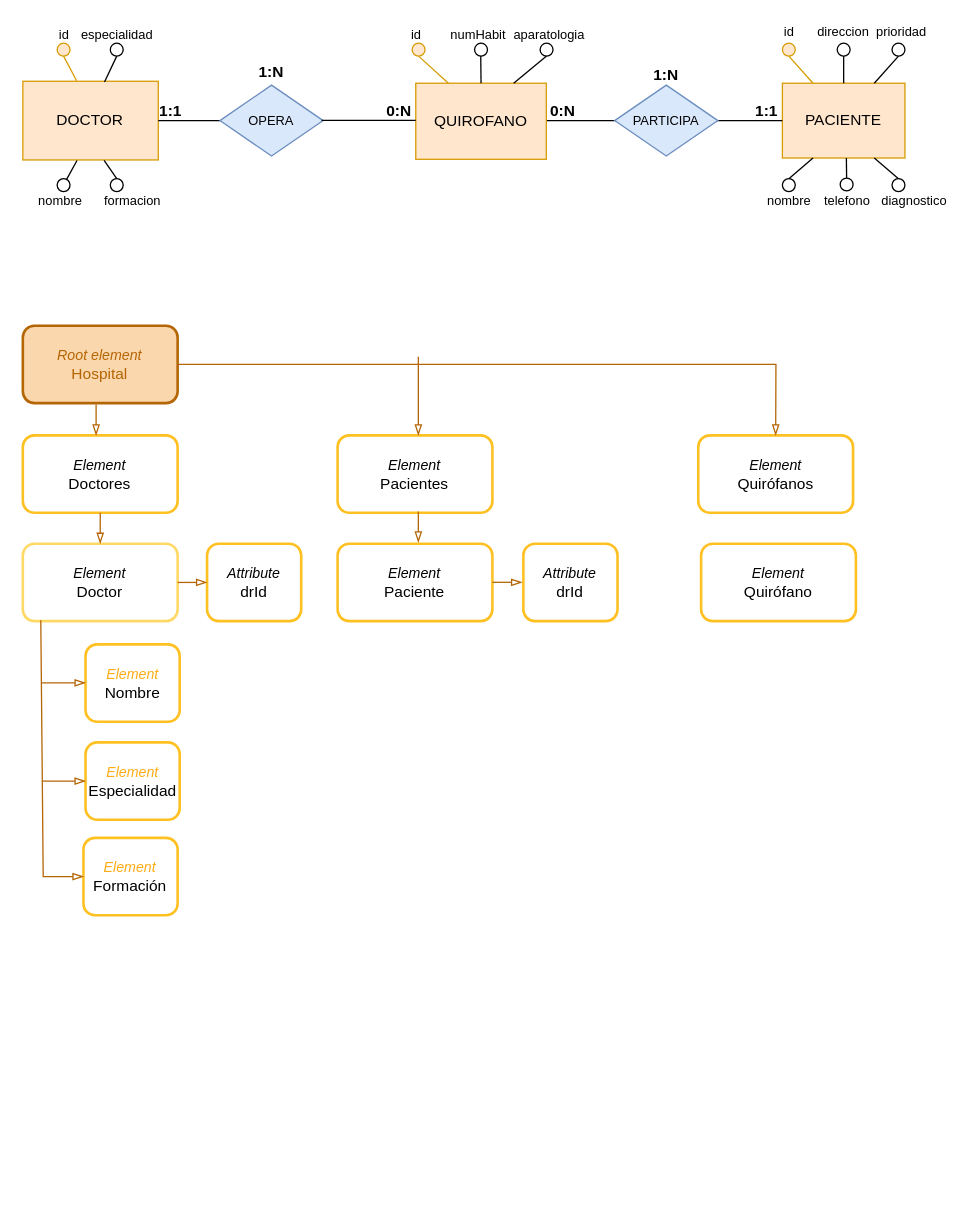
Before: ADT2.drawio in rubiwan/rubiwan, a draw.io diagram. Source tidied: cells renumbered, new cells numbered last; positions are measured from the earlier drawing's top-left corner, leaving out a move shared by most shapes. Both pictures are drawn from the tidied source at 129%, with x=0, y=0 at pixel (22, 22).
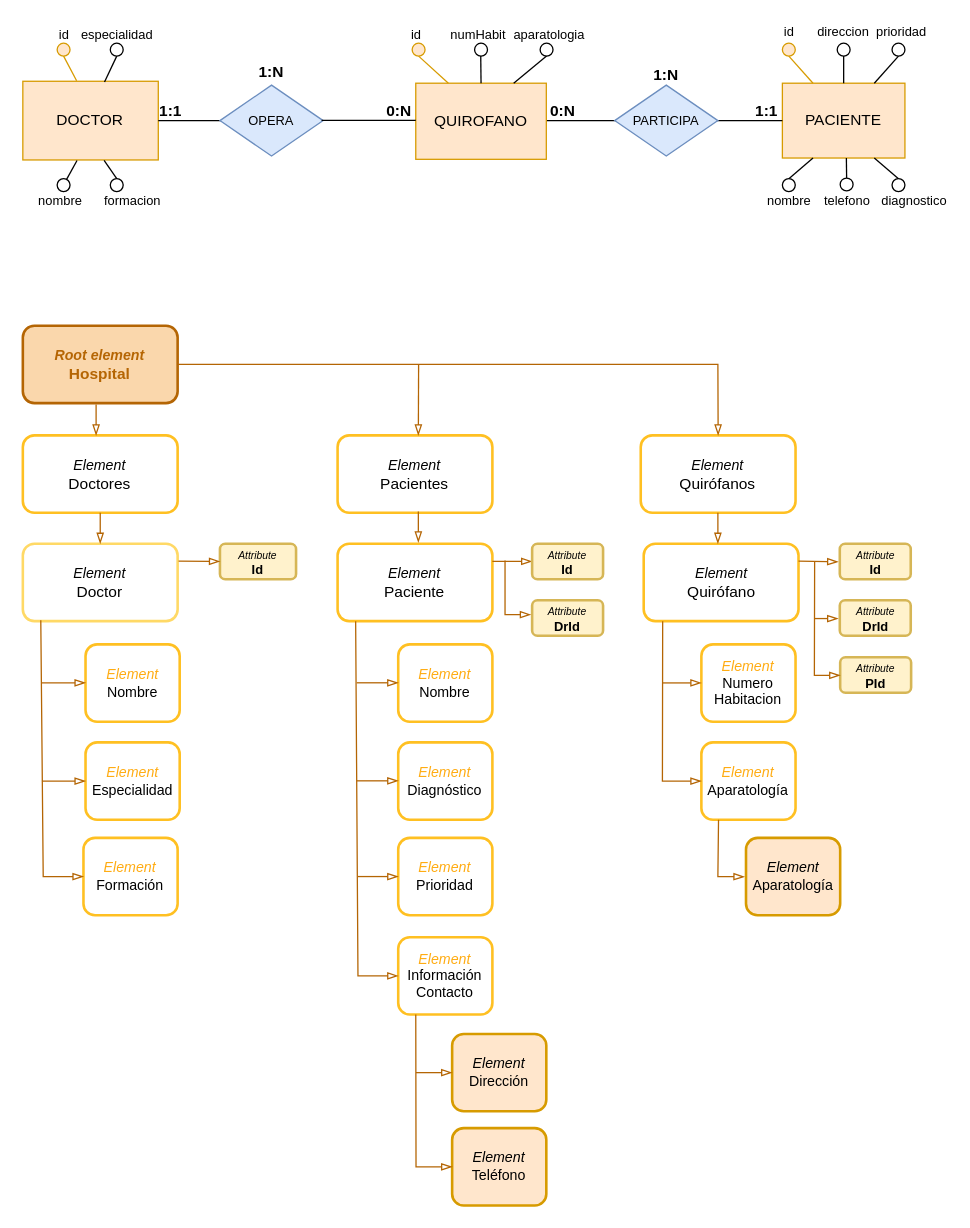
The same page after the edit.

Unchanged cells that the change refers to:
```xml
<mxCell id="61" value="&lt;font style=&quot;font-size: 11px;&quot;&gt;&lt;i&gt;Element&lt;/i&gt;&lt;/font&gt;&lt;div&gt;Doctor&lt;/div&gt;" style="rounded=1;whiteSpace=wrap;html=1;strokeColor=#FFD966;strokeWidth=2;" parent="1" vertex="1">
  <mxGeometry x="0.2" y="404" width="120" height="60" as="geometry" />
</mxCell>
```

Change to the diagram source:
```diff
@@
-    <mxCell id="57" value="&lt;font style=&quot;font-size: 11px;&quot;&gt;&lt;i&gt;Root element&lt;/i&gt;&lt;/font&gt;&lt;div&gt;Hospital&lt;/div&gt;" style="rounded=1;whiteSpace=wrap;html=1;strokeColor=#b46504;strokeWidth=2;fillColor=#fad7ac;fontColor=light-dark(#b56503, #ededed);" parent="1" vertex="1">
+    <mxCell id="57" value="&lt;font style=&quot;font-size: 11px;&quot;&gt;&lt;i&gt;&lt;b&gt;Root element&lt;/b&gt;&lt;/i&gt;&lt;/font&gt;&lt;div&gt;&lt;b&gt;&lt;font&gt;Hospital&lt;/font&gt;&lt;/b&gt;&lt;/div&gt;" style="rounded=1;whiteSpace=wrap;html=1;strokeColor=#b46504;strokeWidth=2;fillColor=#fad7ac;fontColor=light-dark(#b56503, #ededed);" parent="1" vertex="1">
       <mxGeometry x="0.2" y="235" width="120" height="60" as="geometry" />
     </mxCell>
@@
     <mxCell id="60" value="&lt;font style=&quot;font-size: 11px;&quot;&gt;&lt;i&gt;Element&lt;/i&gt;&lt;/font&gt;&lt;div&gt;Quirófanos&lt;/div&gt;" style="rounded=1;whiteSpace=wrap;html=1;strokeColor=#FFC022;strokeWidth=2;" parent="1" vertex="1">
-      <mxGeometry x="523.8" y="320" width="120" height="60" as="geometry" />
+      <mxGeometry x="479.2" y="320" width="120" height="60" as="geometry" />
     </mxCell>
@@
     <mxCell id="63" value="&lt;font style=&quot;font-size: 11px;&quot;&gt;&lt;i&gt;Element&lt;/i&gt;&lt;/font&gt;&lt;div&gt;Quirófano&lt;/div&gt;" style="rounded=1;whiteSpace=wrap;html=1;strokeColor=#FFC022;strokeWidth=2;" parent="1" vertex="1">
-      <mxGeometry x="526" y="404" width="120" height="60" as="geometry" />
+      <mxGeometry x="481.5" y="404" width="120" height="60" as="geometry" />
     </mxCell>
-    <mxCell id="64" value="&lt;font style=&quot;font-size: 11px;&quot;&gt;&lt;i&gt;Attribute&lt;/i&gt;&lt;/font&gt;&lt;div&gt;drId&lt;/div&gt;" style="rounded=1;whiteSpace=wrap;html=1;strokeColor=#FFC022;strokeWidth=2;" parent="1" vertex="1">
-      <mxGeometry x="143" y="404" width="73" height="60" as="geometry" />
+    <mxCell id="64" value="&lt;font style=&quot;font-size: 8px;&quot;&gt;&lt;i style=&quot;&quot;&gt;Attribute&lt;/i&gt;&lt;/font&gt;&lt;div&gt;&lt;b&gt;Id&lt;/b&gt;&lt;/div&gt;" style="rounded=1;whiteSpace=wrap;html=1;strokeColor=#d6b656;strokeWidth=2;fillColor=#fff2cc;fontSize=10;" parent="1" vertex="1">
+      <mxGeometry x="153" y="404" width="59" height="27.5" as="geometry" />
     </mxCell>
-    <mxCell id="65" value="&lt;font style=&quot;font-size: 11px; color: rgb(255, 172, 19);&quot;&gt;&lt;i&gt;Element&lt;/i&gt;&lt;/font&gt;&lt;div&gt;Nombre&lt;/div&gt;" style="rounded=1;whiteSpace=wrap;html=1;strokeColor=#FFC022;strokeWidth=2;" parent="1" vertex="1">
+    <mxCell id="65" value="&lt;font style=&quot;color: rgb(255, 172, 19);&quot;&gt;&lt;i&gt;Element&lt;/i&gt;&lt;/font&gt;&lt;div&gt;Nombre&lt;/div&gt;" style="rounded=1;whiteSpace=wrap;html=1;strokeColor=#FFC022;strokeWidth=2;fontSize=11;" parent="1" vertex="1">
       <mxGeometry x="48.8" y="482" width="73" height="60" as="geometry" />
     </mxCell>
-    <mxCell id="66" value="&lt;font style=&quot;font-size: 11px; color: rgb(255, 172, 19);&quot;&gt;&lt;i&gt;Element&lt;/i&gt;&lt;/font&gt;&lt;div&gt;Especialidad&lt;/div&gt;" style="rounded=1;whiteSpace=wrap;html=1;strokeColor=#FFC022;strokeWidth=2;" parent="1" vertex="1">
+    <mxCell id="66" value="&lt;font style=&quot;color: rgb(255, 172, 19);&quot;&gt;&lt;i&gt;Element&lt;/i&gt;&lt;/font&gt;&lt;div&gt;Especialidad&lt;/div&gt;" style="rounded=1;whiteSpace=wrap;html=1;strokeColor=#FFC022;strokeWidth=2;fontSize=11;" parent="1" vertex="1">
       <mxGeometry x="48.8" y="558" width="73" height="60" as="geometry" />
     </mxCell>
-    <mxCell id="67" value="&lt;font style=&quot;font-size: 11px; color: rgb(255, 172, 19);&quot;&gt;&lt;i&gt;Element&lt;/i&gt;&lt;/font&gt;&lt;div&gt;Formación&lt;/div&gt;" style="rounded=1;whiteSpace=wrap;html=1;strokeColor=#FFC022;strokeWidth=2;" parent="1" vertex="1">
+    <mxCell id="67" value="&lt;font style=&quot;color: rgb(255, 172, 19);&quot;&gt;&lt;i&gt;Element&lt;/i&gt;&lt;/font&gt;&lt;div&gt;Formación&lt;/div&gt;" style="rounded=1;whiteSpace=wrap;html=1;strokeColor=#FFC022;strokeWidth=2;fontSize=11;" parent="1" vertex="1">
       <mxGeometry x="47.2" y="632" width="73" height="60" as="geometry" />
     </mxCell>
@@
-    <mxCell id="71" style="endArrow=blockThin;html=1;rounded=0;entryX=0;entryY=0.5;entryDx=0;entryDy=0;strokeColor=#b46504;align=center;verticalAlign=middle;fontFamily=Helvetica;fontSize=11;fontColor=default;labelBackgroundColor=default;endFill=0;fillColor=#fad7ac;exitX=1;exitY=0.5;exitDx=0;exitDy=0;" parent="1" edge="1" source="61" target="64">
+    <mxCell id="71" style="endArrow=blockThin;html=1;rounded=0;entryX=0;entryY=0.5;entryDx=0;entryDy=0;strokeColor=#b46504;align=center;verticalAlign=middle;fontFamily=Helvetica;fontSize=11;fontColor=default;labelBackgroundColor=default;endFill=0;fillColor=#fad7ac;exitX=1.006;exitY=0.225;exitDx=0;exitDy=0;exitPerimeter=0;" parent="1" edge="1" source="61" target="64">
       <mxGeometry relative="1" as="geometry" />
     </mxCell>
@@
-    <mxCell id="74" value="&lt;font style=&quot;font-size: 11px;&quot;&gt;&lt;i&gt;Attribute&lt;/i&gt;&lt;/font&gt;&lt;div&gt;drId&lt;/div&gt;" style="rounded=1;whiteSpace=wrap;html=1;strokeColor=#FFC022;strokeWidth=2;" parent="1" vertex="1">
-      <mxGeometry x="388.2" y="404" width="73" height="60" as="geometry" />
+    <mxCell id="74" value="&lt;font style=&quot;font-size: 8px;&quot;&gt;&lt;i style=&quot;&quot;&gt;Attribute&lt;/i&gt;&lt;/font&gt;&lt;div&gt;&lt;b&gt;DrId&lt;/b&gt;&lt;/div&gt;" style="rounded=1;whiteSpace=wrap;html=1;strokeColor=#d6b656;strokeWidth=2;fillColor=#fff2cc;fontSize=10;" parent="1" vertex="1">
+      <mxGeometry x="395" y="447.8" width="55" height="27.5" as="geometry" />
     </mxCell>
-    <mxCell id="75" style="endArrow=blockThin;html=1;rounded=0;entryX=0;entryY=0.5;entryDx=0;entryDy=0;strokeColor=#b46504;align=center;verticalAlign=middle;fontFamily=Helvetica;fontSize=11;fontColor=default;labelBackgroundColor=default;endFill=0;fillColor=#fad7ac;exitX=1;exitY=0.5;exitDx=0;exitDy=0;" parent="1" edge="1">
+    <mxCell id="75" style="endArrow=blockThin;html=1;rounded=0;entryX=0;entryY=0.5;entryDx=0;entryDy=0;strokeColor=#b46504;align=center;verticalAlign=middle;fontFamily=Helvetica;fontSize=11;fontColor=default;labelBackgroundColor=default;endFill=0;fillColor=#fad7ac;exitX=1;exitY=0.5;exitDx=0;exitDy=0;" parent="1" edge="1" target="83">
       <mxGeometry relative="1" as="geometry">
-        <mxPoint x="364.2" y="433.9" as="sourcePoint" />
-        <mxPoint x="387.2" y="433.9" as="targetPoint" />
+        <mxPoint x="364.2" y="417.6" as="sourcePoint" />
       </mxGeometry>
     </mxCell>
@@
     <mxCell id="77" style="endArrow=blockThin;html=1;rounded=0;strokeColor=#b46504;align=center;verticalAlign=middle;fontFamily=Helvetica;fontSize=11;fontColor=default;labelBackgroundColor=default;endFill=0;fillColor=#fad7ac;exitX=1;exitY=0.5;exitDx=0;exitDy=0;entryX=0.5;entryY=0;entryDx=0;entryDy=0;" parent="1" edge="1" source="57" target="60">
       <mxGeometry relative="1" as="geometry">
         <Array as="points">
-          <mxPoint x="584" y="265" />
+          <mxPoint x="539" y="265" />
         </Array>
       </mxGeometry>
     </mxCell>
     <mxCell id="78" style="endArrow=blockThin;html=1;rounded=0;strokeColor=#b46504;align=center;verticalAlign=middle;fontFamily=Helvetica;fontSize=11;fontColor=default;labelBackgroundColor=default;endFill=0;fillColor=#fad7ac;" parent="1" edge="1">
       <mxGeometry relative="1" as="geometry">
-        <mxPoint x="306.8" y="259" as="sourcePoint" />
+        <mxPoint x="307" y="265" as="sourcePoint" />
         <mxPoint x="306.8" y="320" as="targetPoint" />
       </mxGeometry>
     </mxCell>
+    <mxCell id="79" value="&lt;font style=&quot;color: rgb(255, 172, 19);&quot;&gt;&lt;i&gt;Element&lt;/i&gt;&lt;/font&gt;&lt;div&gt;Nombre&lt;/div&gt;" style="rounded=1;whiteSpace=wrap;html=1;strokeColor=#FFC022;strokeWidth=2;fontSize=11;" parent="1" vertex="1">
+      <mxGeometry x="291.2" y="482" width="73" height="60" as="geometry" />
+    </mxCell>
+    <mxCell id="80" value="&lt;font style=&quot;color: rgb(255, 172, 19);&quot;&gt;&lt;i&gt;Element&lt;/i&gt;&lt;/font&gt;&lt;div&gt;Diagnóstico&lt;/div&gt;" style="rounded=1;whiteSpace=wrap;html=1;strokeColor=#FFC022;strokeWidth=2;fontSize=11;" parent="1" vertex="1">
+      <mxGeometry x="291.2" y="558" width="73" height="60" as="geometry" />
+    </mxCell>
+    <mxCell id="81" value="&lt;font style=&quot;color: rgb(255, 172, 19);&quot;&gt;&lt;i&gt;Element&lt;/i&gt;&lt;/font&gt;&lt;div&gt;Prioridad&lt;/div&gt;" style="rounded=1;whiteSpace=wrap;html=1;strokeColor=#FFC022;strokeWidth=2;fontSize=11;" parent="1" vertex="1">
+      <mxGeometry x="291.2" y="632" width="73" height="60" as="geometry" />
+    </mxCell>
+    <mxCell id="82" value="&lt;font style=&quot;color: rgb(255, 172, 19);&quot;&gt;&lt;i&gt;Element&lt;/i&gt;&lt;/font&gt;&lt;div&gt;Información Contacto&lt;/div&gt;" style="rounded=1;whiteSpace=wrap;html=1;strokeColor=#FFC022;strokeWidth=2;fontSize=11;" parent="1" vertex="1">
+      <mxGeometry x="291.2" y="709" width="73" height="60" as="geometry" />
+    </mxCell>
+    <mxCell id="83" value="&lt;font style=&quot;font-size: 8px;&quot;&gt;&lt;i style=&quot;&quot;&gt;Attribute&lt;/i&gt;&lt;/font&gt;&lt;div&gt;&lt;b&gt;Id&lt;/b&gt;&lt;/div&gt;" style="rounded=1;whiteSpace=wrap;html=1;strokeColor=#d6b656;strokeWidth=2;fillColor=#fff2cc;fontSize=10;" parent="1" vertex="1">
+      <mxGeometry x="395" y="404" width="55" height="27.5" as="geometry" />
+    </mxCell>
+    <mxCell id="84" style="endArrow=blockThin;html=1;rounded=0;strokeColor=#b46504;align=center;verticalAlign=middle;fontFamily=Helvetica;fontSize=11;fontColor=default;labelBackgroundColor=default;endFill=0;fillColor=#fad7ac;exitX=0.5;exitY=1;exitDx=0;exitDy=0;" parent="1" edge="1">
+      <mxGeometry relative="1" as="geometry">
+        <mxPoint x="539" y="380" as="sourcePoint" />
+        <mxPoint x="539" y="404" as="targetPoint" />
+      </mxGeometry>
+    </mxCell>
+    <mxCell id="85" value="&lt;font style=&quot;font-size: 8px;&quot;&gt;&lt;i style=&quot;&quot;&gt;Attribute&lt;/i&gt;&lt;/font&gt;&lt;div&gt;&lt;b&gt;Id&lt;/b&gt;&lt;/div&gt;" style="rounded=1;whiteSpace=wrap;html=1;strokeColor=#d6b656;strokeWidth=2;fillColor=#fff2cc;fontSize=10;" parent="1" vertex="1">
+      <mxGeometry x="633.5" y="404" width="55" height="27.5" as="geometry" />
+    </mxCell>
+    <mxCell id="86" value="&lt;font style=&quot;font-size: 8px;&quot;&gt;&lt;i style=&quot;&quot;&gt;Attribute&lt;/i&gt;&lt;/font&gt;&lt;div&gt;&lt;b&gt;DrId&lt;/b&gt;&lt;/div&gt;" style="rounded=1;whiteSpace=wrap;html=1;strokeColor=#d6b656;strokeWidth=2;fillColor=#fff2cc;fontSize=10;" parent="1" vertex="1">
+      <mxGeometry x="633.5" y="447.8" width="55" height="27.5" as="geometry" />
+    </mxCell>
+    <mxCell id="87" value="&lt;font style=&quot;font-size: 8px;&quot;&gt;&lt;i style=&quot;&quot;&gt;Attribute&lt;/i&gt;&lt;/font&gt;&lt;div&gt;&lt;b&gt;PId&lt;/b&gt;&lt;/div&gt;" style="rounded=1;whiteSpace=wrap;html=1;strokeColor=#d6b656;strokeWidth=2;fillColor=#fff2cc;fontSize=10;" parent="1" vertex="1">
+      <mxGeometry x="633.8" y="492" width="55" height="27.5" as="geometry" />
+    </mxCell>
+    <mxCell id="88" value="&lt;font style=&quot;color: rgb(255, 172, 19);&quot;&gt;&lt;i&gt;Element&lt;/i&gt;&lt;/font&gt;&lt;div&gt;Numero Habitacion&lt;/div&gt;" style="rounded=1;whiteSpace=wrap;html=1;strokeColor=#FFC022;strokeWidth=2;fontSize=11;" parent="1" vertex="1">
+      <mxGeometry x="526.2" y="482" width="73" height="60" as="geometry" />
+    </mxCell>
+    <mxCell id="89" value="&lt;font style=&quot;color: rgb(255, 172, 19);&quot;&gt;&lt;i&gt;Element&lt;/i&gt;&lt;/font&gt;&lt;div&gt;Aparatología&lt;/div&gt;" style="rounded=1;whiteSpace=wrap;html=1;strokeColor=#FFC022;strokeWidth=2;fontSize=11;" parent="1" vertex="1">
+      <mxGeometry x="526.2" y="558" width="73" height="60" as="geometry" />
+    </mxCell>
+    <mxCell id="90" value="&lt;font&gt;&lt;i&gt;Element&lt;/i&gt;&lt;/font&gt;&lt;div&gt;Dirección&lt;/div&gt;" style="rounded=1;whiteSpace=wrap;html=1;strokeColor=#d79b00;strokeWidth=2;fillColor=#ffe6cc;fontColor=default;fontSize=11;" parent="1" vertex="1">
+      <mxGeometry x="333" y="784" width="73" height="60" as="geometry" />
+    </mxCell>
+    <mxCell id="91" value="&lt;font&gt;&lt;i&gt;Element&lt;/i&gt;&lt;/font&gt;&lt;div&gt;Teléfono&lt;/div&gt;" style="rounded=1;whiteSpace=wrap;html=1;strokeColor=#d79b00;strokeWidth=2;fillColor=#ffe6cc;fontColor=default;fontSize=11;" parent="1" vertex="1">
+      <mxGeometry x="333" y="857" width="73" height="60" as="geometry" />
+    </mxCell>
+    <mxCell id="92" value="&lt;font&gt;&lt;i&gt;Element&lt;/i&gt;&lt;/font&gt;&lt;div&gt;Aparatología&lt;/div&gt;" style="rounded=1;whiteSpace=wrap;html=1;strokeColor=#d79b00;strokeWidth=2;fillColor=#ffe6cc;fontSize=11;" parent="1" vertex="1">
+      <mxGeometry x="560.8" y="632" width="73" height="60" as="geometry" />
+    </mxCell>
+    <mxCell id="93" style="endArrow=blockThin;html=1;rounded=0;exitX=0.116;exitY=0.99;exitDx=0;exitDy=0;exitPerimeter=0;entryX=0;entryY=0.5;entryDx=0;entryDy=0;endFill=0;fillColor=#fad7ac;strokeColor=#b46504;" parent="1" edge="1" target="82">
+      <mxGeometry relative="1" as="geometry">
+        <mxPoint x="258.2" y="464" as="sourcePoint" />
+        <Array as="points">
+          <mxPoint x="260" y="739" />
+        </Array>
+      </mxGeometry>
+    </mxCell>
+    <mxCell id="94" style="endArrow=blockThin;html=1;rounded=0;entryX=0;entryY=0.5;entryDx=0;entryDy=0;strokeColor=#b46504;align=center;verticalAlign=middle;fontFamily=Helvetica;fontSize=11;fontColor=default;labelBackgroundColor=default;endFill=0;fillColor=#fad7ac;" parent="1" edge="1">
+      <mxGeometry relative="1" as="geometry">
+        <mxPoint x="259" y="587.8" as="sourcePoint" />
+        <mxPoint x="291.2" y="587.8" as="targetPoint" />
+      </mxGeometry>
+    </mxCell>
+    <mxCell id="95" style="endArrow=blockThin;html=1;rounded=0;entryX=0;entryY=0.5;entryDx=0;entryDy=0;strokeColor=#b46504;align=center;verticalAlign=middle;fontFamily=Helvetica;fontSize=11;fontColor=default;labelBackgroundColor=default;endFill=0;fillColor=#fad7ac;" parent="1" edge="1">
+      <mxGeometry relative="1" as="geometry">
+        <mxPoint x="259" y="511.8" as="sourcePoint" />
+        <mxPoint x="291.2" y="511.8" as="targetPoint" />
+      </mxGeometry>
+    </mxCell>
+    <mxCell id="96" style="endArrow=blockThin;html=1;rounded=0;entryX=0;entryY=0.5;entryDx=0;entryDy=0;strokeColor=#b46504;align=center;verticalAlign=middle;fontFamily=Helvetica;fontSize=11;fontColor=default;labelBackgroundColor=default;endFill=0;fillColor=#fad7ac;" parent="1" edge="1">
+      <mxGeometry relative="1" as="geometry">
+        <mxPoint x="260" y="662" as="sourcePoint" />
+        <mxPoint x="291.2" y="662" as="targetPoint" />
+      </mxGeometry>
+    </mxCell>
+    <mxCell id="97" style="endArrow=blockThin;html=1;rounded=0;exitX=0.116;exitY=0.99;exitDx=0;exitDy=0;exitPerimeter=0;entryX=0;entryY=0.5;entryDx=0;entryDy=0;endFill=0;fillColor=#fad7ac;strokeColor=#b46504;" parent="1" edge="1" target="91">
+      <mxGeometry relative="1" as="geometry">
+        <mxPoint x="304.8" y="769" as="sourcePoint" />
+        <Array as="points">
+          <mxPoint x="305" y="887" />
+        </Array>
+      </mxGeometry>
+    </mxCell>
+    <mxCell id="98" style="endArrow=blockThin;html=1;rounded=0;entryX=0;entryY=0.5;entryDx=0;entryDy=0;strokeColor=#b46504;align=center;verticalAlign=middle;fontFamily=Helvetica;fontSize=11;fontColor=default;labelBackgroundColor=default;endFill=0;fillColor=#fad7ac;" parent="1" edge="1" target="90">
+      <mxGeometry relative="1" as="geometry">
+        <mxPoint x="305" y="814" as="sourcePoint" />
+      </mxGeometry>
+    </mxCell>
+    <mxCell id="99" style="endArrow=blockThin;html=1;rounded=0;exitX=0.116;exitY=0.99;exitDx=0;exitDy=0;exitPerimeter=0;entryX=0;entryY=0.5;entryDx=0;entryDy=0;endFill=0;fillColor=#fad7ac;strokeColor=#b46504;" parent="1" edge="1" target="89">
+      <mxGeometry relative="1" as="geometry">
+        <mxPoint x="496.2" y="464" as="sourcePoint" />
+        <Array as="points">
+          <mxPoint x="496" y="588" />
+        </Array>
+      </mxGeometry>
+    </mxCell>
+    <mxCell id="100" style="endArrow=blockThin;html=1;rounded=0;entryX=0;entryY=0.5;entryDx=0;entryDy=0;strokeColor=#b46504;align=center;verticalAlign=middle;fontFamily=Helvetica;fontSize=11;fontColor=default;labelBackgroundColor=default;endFill=0;fillColor=#fad7ac;" parent="1" edge="1">
+      <mxGeometry relative="1" as="geometry">
+        <mxPoint x="496" y="511.9" as="sourcePoint" />
+        <mxPoint x="526.2" y="511.9" as="targetPoint" />
+      </mxGeometry>
+    </mxCell>
+    <mxCell id="101" style="endArrow=blockThin;html=1;rounded=0;endFill=0;fillColor=#fad7ac;strokeColor=#b46504;" parent="1" edge="1">
+      <mxGeometry relative="1" as="geometry">
+        <mxPoint x="374" y="417" as="sourcePoint" />
+        <mxPoint x="394" y="459" as="targetPoint" />
+        <Array as="points">
+          <mxPoint x="374" y="459" />
+        </Array>
+      </mxGeometry>
+    </mxCell>
+    <mxCell id="102" style="endArrow=blockThin;html=1;rounded=0;entryX=0;entryY=0.5;entryDx=0;entryDy=0;strokeColor=#b46504;align=center;verticalAlign=middle;fontFamily=Helvetica;fontSize=11;fontColor=default;labelBackgroundColor=default;endFill=0;fillColor=#fad7ac;exitX=1;exitY=0.5;exitDx=0;exitDy=0;" parent="1" edge="1">
+      <mxGeometry relative="1" as="geometry">
+        <mxPoint x="601.5" y="417.5" as="sourcePoint" />
+        <mxPoint x="632.2" y="418" as="targetPoint" />
+      </mxGeometry>
+    </mxCell>
+    <mxCell id="103" style="endArrow=blockThin;html=1;rounded=0;endFill=0;fillColor=#fad7ac;strokeColor=#b46504;" parent="1" edge="1">
+      <mxGeometry relative="1" as="geometry">
+        <mxPoint x="614" y="418" as="sourcePoint" />
+        <mxPoint x="633.8" y="506" as="targetPoint" />
+        <Array as="points">
+          <mxPoint x="613.8" y="506" />
+        </Array>
+      </mxGeometry>
+    </mxCell>
+    <mxCell id="104" style="endArrow=blockThin;html=1;rounded=0;entryX=0;entryY=0.5;entryDx=0;entryDy=0;strokeColor=#b46504;align=center;verticalAlign=middle;fontFamily=Helvetica;fontSize=11;fontColor=default;labelBackgroundColor=default;endFill=0;fillColor=#fad7ac;exitX=1;exitY=0.5;exitDx=0;exitDy=0;" parent="1" edge="1">
+      <mxGeometry relative="1" as="geometry">
+        <mxPoint x="614" y="462" as="sourcePoint" />
+        <mxPoint x="632.2" y="462" as="targetPoint" />
+      </mxGeometry>
+    </mxCell>
+    <mxCell id="105" style="endArrow=blockThin;html=1;rounded=0;endFill=0;fillColor=#fad7ac;strokeColor=#b46504;exitX=0.25;exitY=1;exitDx=0;exitDy=0;entryX=-0.017;entryY=0.503;entryDx=0;entryDy=0;entryPerimeter=0;" parent="1" edge="1" target="92">
+      <mxGeometry relative="1" as="geometry">
+        <mxPoint x="539.5" y="618" as="sourcePoint" />
+        <Array as="points">
+          <mxPoint x="539" y="662" />
+        </Array>
+      </mxGeometry>
+    </mxCell>
```
